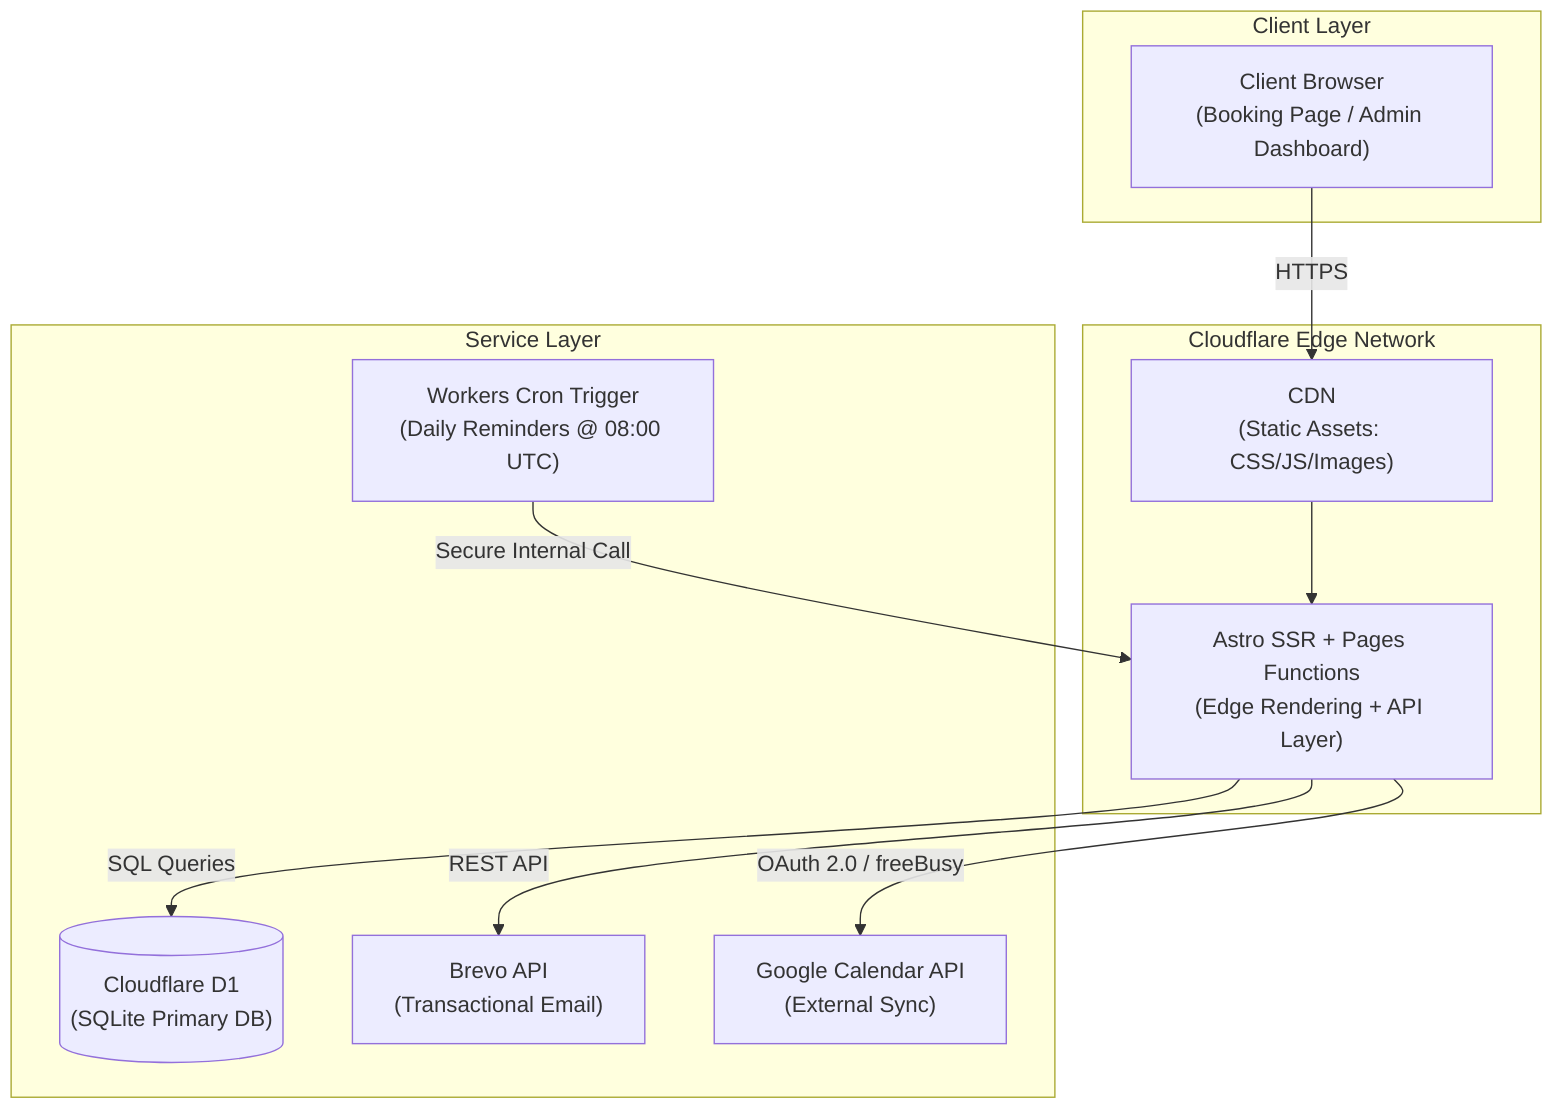
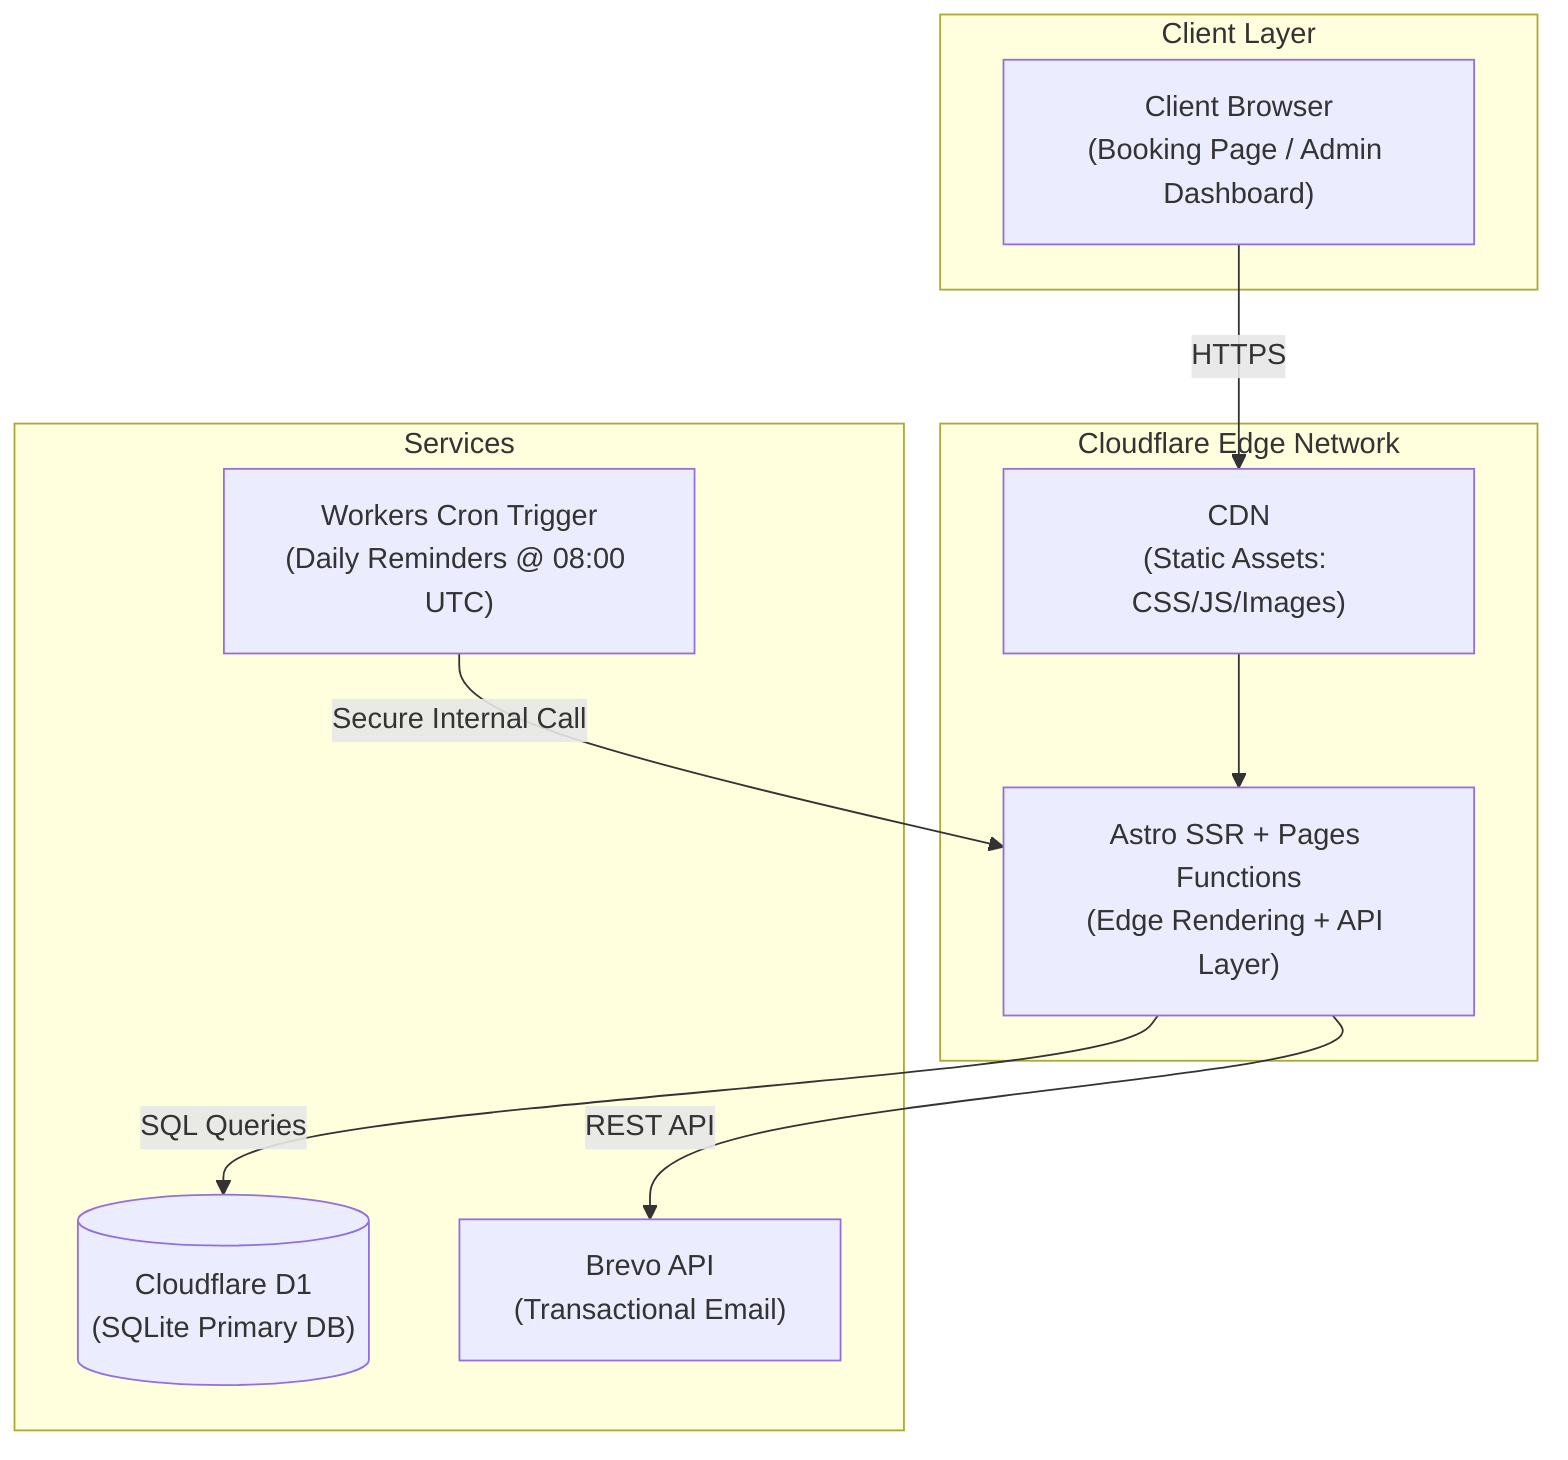
graph TB
    subgraph Client["Client Layer"]
        Browser["Client Browser<br/>(Booking Page / Admin Dashboard)"]
    end

    subgraph Cloudflare["Cloudflare Edge Network"]
        CDN["CDN<br/>(Static Assets: CSS/JS/Images)"]
        SSR["Astro SSR + Pages Functions<br/>(Edge Rendering + API Layer)"]
        CDN --> SSR
    end

-     subgraph Services["Service Layer"]
+     subgraph Services["Services"]
        D1[("Cloudflare D1<br/>(SQLite Primary DB)")]
        Brevo["Brevo API<br/>(Transactional Email)"]
-         Google["Google Calendar API<br/>(External Sync)"]
        Cron["Workers Cron Trigger<br/>(Daily Reminders @ 08:00 UTC)"]
    end

    Browser -- "HTTPS" --> CDN
    SSR -- "SQL Queries" --> D1
    SSR -- "REST API" --> Brevo
-     SSR -- "OAuth 2.0 / freeBusy" --> Google
    Cron -- "Secure Internal Call" --> SSR
